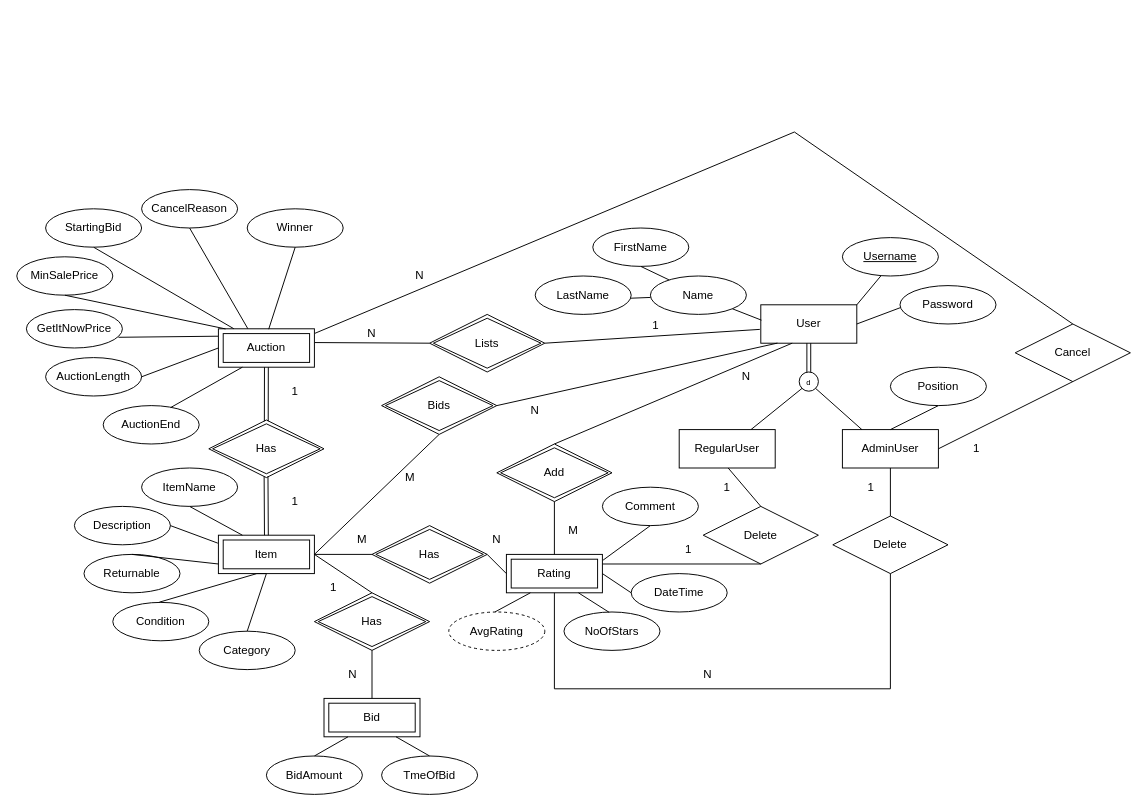
Earlier version of the draw.io diagram Phase_1/EER/eer_jnaranjo9.drawio (leileili1010/Buzzbid). Source tidied: cells renumbered, new cells numbered last; positions are measured from the earlier drawing's top-left corner, leaving out a move shared by most shapes. Both pictures are drawn from the tidied source at 96%, with x=0, y=0 at pixel (16, 132).
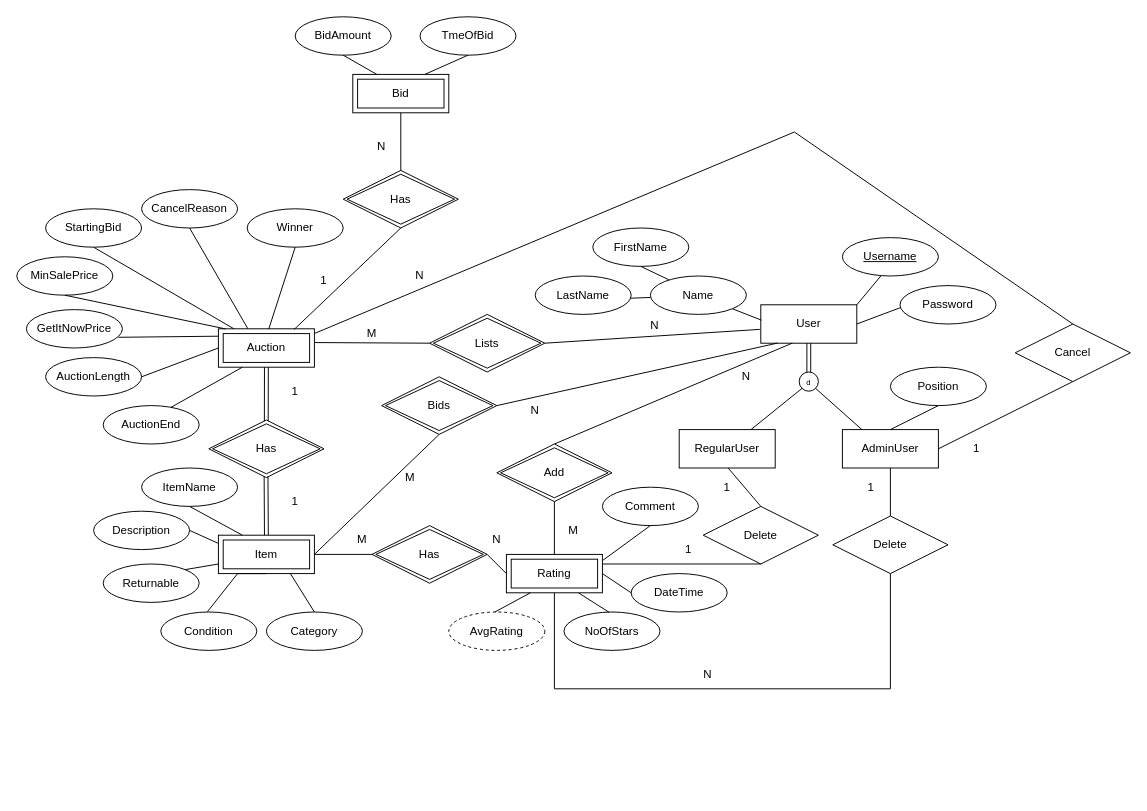
Above is the later version.

Commit message (it also covers changes not shown here):
Update IFD - Item For Sale split up into smaller tasks. Update EER - move Bid entity relation to Auction entity.

Unchanged cells that the change refers to:
```xml
<mxCell id="18" style="endArrow=none;html=1;rounded=0;exitX=-0.01;exitY=0.64;exitDx=0;exitDy=0;entryX=1;entryY=0.5;entryDx=0;entryDy=0;exitPerimeter=0;" parent="1" edge="1" source="2" target="28">
  <mxGeometry relative="1" as="geometry" />
</mxCell>
<mxCell id="27" value="Item" style="shape=ext;margin=3;double=1;whiteSpace=wrap;html=1;align=center;" parent="1" vertex="1">
  <mxGeometry x="210" y="420" width="100" height="40" as="geometry" />
</mxCell>
<mxCell id="40" value="Auction" style="shape=ext;margin=3;double=1;whiteSpace=wrap;html=1;align=center;" parent="1" vertex="1">
  <mxGeometry x="210" y="205" width="100" height="40" as="geometry" />
</mxCell>
```

The edit, as a diff of the source:
```diff
@@
-    <mxCell id="19" value="1" style="html=1;whiteSpace=wrap;align=right;verticalAlign=bottom;" parent="18" vertex="1">
+    <mxCell id="19" value="N" style="html=1;whiteSpace=wrap;align=right;verticalAlign=bottom;" parent="18" vertex="1">
       <mxGeometry x="1" relative="1" as="geometry">
         <mxPoint x="120" y="-10" as="offset" />
       </mxGeometry>
     </mxCell>
@@
     <mxCell id="21" value="Description" style="ellipse;whiteSpace=wrap;html=1;align=center;" parent="1" vertex="1">
-      <mxGeometry x="60" y="390" width="100" height="40" as="geometry" />
+      <mxGeometry x="80" y="395" width="100" height="40" as="geometry" />
     </mxCell>
     <mxCell id="22" value="Returnable" style="ellipse;whiteSpace=wrap;html=1;align=center;" parent="1" vertex="1">
-      <mxGeometry x="70" y="440" width="100" height="40" as="geometry" />
+      <mxGeometry x="90" y="450" width="100" height="40" as="geometry" />
     </mxCell>
@@
     <mxCell id="37" value="Category" style="ellipse;whiteSpace=wrap;html=1;align=center;" parent="1" vertex="1">
-      <mxGeometry x="190" y="520" width="100" height="40" as="geometry" />
+      <mxGeometry x="260" y="500" width="100" height="40" as="geometry" />
     </mxCell>
     <mxCell id="38" value="Condition" style="ellipse;whiteSpace=wrap;html=1;align=center;" parent="1" vertex="1">
-      <mxGeometry x="100" y="490" width="100" height="40" as="geometry" />
+      <mxGeometry x="150" y="500" width="100" height="40" as="geometry" />
     </mxCell>
@@
-    <mxCell id="42" value="N" style="text;html=1;strokeColor=none;fillColor=none;align=center;verticalAlign=middle;whiteSpace=wrap;rounded=0;" parent="1" vertex="1">
+    <mxCell id="42" value="M" style="text;html=1;strokeColor=none;fillColor=none;align=center;verticalAlign=middle;whiteSpace=wrap;rounded=0;" parent="1" vertex="1">
       <mxGeometry x="340" y="195" width="60" height="30" as="geometry" />
     </mxCell>
@@
-    <mxCell id="52" style="endArrow=none;html=1;rounded=0;exitX=0.5;exitY=0;exitDx=0;exitDy=0;entryX=0;entryY=0.75;entryDx=0;entryDy=0;" parent="1" edge="1" source="22" target="27">
+    <mxCell id="52" style="endArrow=none;html=1;rounded=0;exitX=1;exitY=0;exitDx=0;exitDy=0;entryX=0;entryY=0.75;entryDx=0;entryDy=0;" parent="1" edge="1" source="22" target="27">
       <mxGeometry relative="1" as="geometry" />
     </mxCell>
     <mxCell id="53" style="endArrow=none;html=1;rounded=0;exitX=0.485;exitY=-0.006;exitDx=0;exitDy=0;exitPerimeter=0;" parent="1" edge="1" source="38">
       <mxGeometry relative="1" as="geometry">
         <mxPoint x="260" y="460" as="targetPoint" />
         <Array as="points">
-          <mxPoint x="250" y="460" />
+          <mxPoint x="230" y="460" />
         </Array>
       </mxGeometry>
     </mxCell>
-    <mxCell id="54" style="endArrow=none;html=1;rounded=0;exitX=0.5;exitY=0;exitDx=0;exitDy=0;entryX=0.5;entryY=1;entryDx=0;entryDy=0;" parent="1" edge="1" source="37" target="27">
+    <mxCell id="54" style="endArrow=none;html=1;rounded=0;exitX=0.5;exitY=0;exitDx=0;exitDy=0;entryX=0.75;entryY=1;entryDx=0;entryDy=0;" parent="1" edge="1" source="37" target="27">
       <mxGeometry relative="1" as="geometry" />
     </mxCell>
     <mxCell id="55" value="Bid" style="shape=ext;margin=3;double=1;whiteSpace=wrap;html=1;align=center;" parent="1" vertex="1">
-      <mxGeometry x="320" y="590" width="100" height="40" as="geometry" />
+      <mxGeometry x="350" y="-60" width="100" height="40" as="geometry" />
     </mxCell>
     <mxCell id="56" value="Has" style="shape=rhombus;double=1;perimeter=rhombusPerimeter;whiteSpace=wrap;html=1;align=center;" parent="1" vertex="1">
-      <mxGeometry x="310" y="480" width="120" height="60" as="geometry" />
+      <mxGeometry x="340" y="40" width="120" height="60" as="geometry" />
     </mxCell>
-    <mxCell id="57" style="endArrow=none;html=1;rounded=0;exitX=1;exitY=0.5;exitDx=0;exitDy=0;entryX=0.5;entryY=0;entryDx=0;entryDy=0;" parent="1" edge="1" source="27" target="56">
-      <mxGeometry relative="1" as="geometry" />
-    </mxCell>
-    <mxCell id="58" style="endArrow=none;html=1;rounded=0;exitX=0.5;exitY=1;exitDx=0;exitDy=0;entryX=0.5;entryY=0;entryDx=0;entryDy=0;" parent="1" edge="1" source="56" target="55">
-      <mxGeometry relative="1" as="geometry" />
-    </mxCell>
     <mxCell id="59" value="1" style="text;html=1;strokeColor=none;fillColor=none;align=center;verticalAlign=middle;whiteSpace=wrap;rounded=0;" parent="1" vertex="1">
-      <mxGeometry x="300" y="460" width="60" height="30" as="geometry" />
+      <mxGeometry x="290" y="140" width="60" height="30" as="geometry" />
     </mxCell>
     <mxCell id="60" value="N" style="text;html=1;strokeColor=none;fillColor=none;align=center;verticalAlign=middle;whiteSpace=wrap;rounded=0;" parent="1" vertex="1">
-      <mxGeometry x="320" y="550" width="60" height="30" as="geometry" />
+      <mxGeometry x="350" width="60" height="30" as="geometry" />
     </mxCell>
     <mxCell id="61" value="BidAmount" style="ellipse;whiteSpace=wrap;html=1;align=center;" parent="1" vertex="1">
-      <mxGeometry x="260" y="650" width="100" height="40" as="geometry" />
+      <mxGeometry x="290" y="-120" width="100" height="40" as="geometry" />
     </mxCell>
     <mxCell id="62" value="TmeOfBid" style="ellipse;whiteSpace=wrap;html=1;align=center;" parent="1" vertex="1">
-      <mxGeometry x="380" y="650" width="100" height="40" as="geometry" />
+      <mxGeometry x="420" y="-120" width="100" height="40" as="geometry" />
     </mxCell>
-    <mxCell id="63" style="endArrow=none;html=1;rounded=0;exitX=0.5;exitY=0;exitDx=0;exitDy=0;entryX=0.25;entryY=1;entryDx=0;entryDy=0;" parent="1" edge="1" source="61" target="55">
+    <mxCell id="63" style="endArrow=none;html=1;rounded=0;exitX=0.5;exitY=1;exitDx=0;exitDy=0;entryX=0.25;entryY=0;entryDx=0;entryDy=0;" parent="1" edge="1" source="61" target="55">
       <mxGeometry relative="1" as="geometry" />
     </mxCell>
-    <mxCell id="64" style="endArrow=none;html=1;rounded=0;exitX=0.5;exitY=0;exitDx=0;exitDy=0;entryX=0.75;entryY=1;entryDx=0;entryDy=0;" parent="1" edge="1" source="62" target="55">
+    <mxCell id="64" style="endArrow=none;html=1;rounded=0;exitX=0.5;exitY=1;exitDx=0;exitDy=0;entryX=0.75;entryY=0;entryDx=0;entryDy=0;" parent="1" edge="1" source="62" target="55">
       <mxGeometry relative="1" as="geometry" />
     </mxCell>
@@
+    <mxCell id="107" style="endArrow=none;html=1;rounded=0;entryX=0.5;entryY=1;entryDx=0;entryDy=0;exitX=0.789;exitY=0.017;exitDx=0;exitDy=0;exitPerimeter=0;" parent="1" edge="1" source="40" target="56">
+      <mxGeometry relative="1" as="geometry" />
+    </mxCell>
+    <mxCell id="58" style="endArrow=none;html=1;rounded=0;entryX=0.5;entryY=1;entryDx=0;entryDy=0;exitX=0.5;exitY=0;exitDx=0;exitDy=0;" parent="1" edge="1" source="56" target="55">
+      <mxGeometry relative="1" as="geometry" />
+    </mxCell>
```
